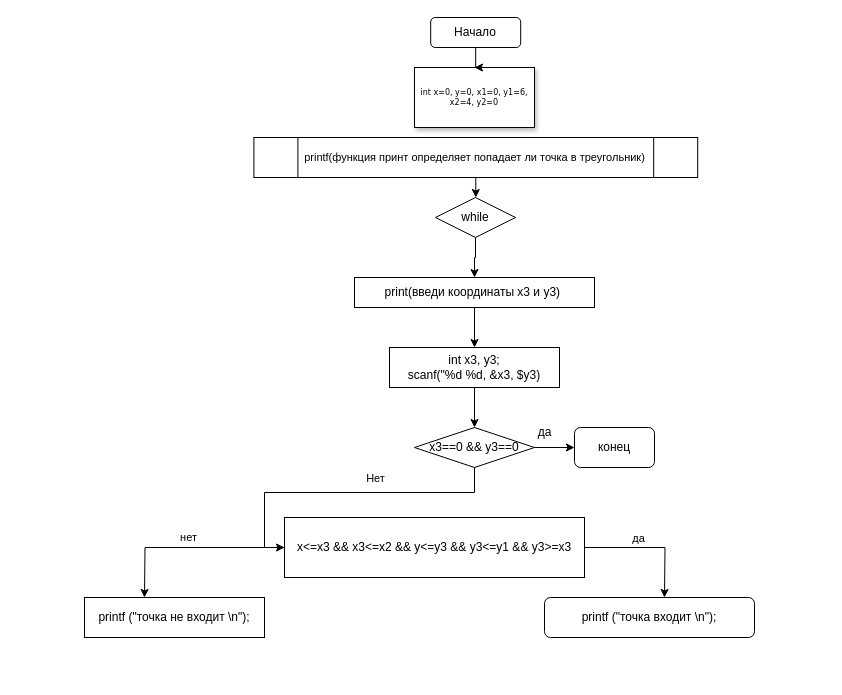
Before: Диаграмма без названия.drawio in Timosha101/as, a draw.io diagram. Source tidied: cells renumbered, new cells numbered last; positions are measured from the earlier drawing's top-left corner, leaving out a move shared by most shapes. Both pictures are drawn from the tidied source at 100%, with x=0, y=0 at pixel (84, 17).
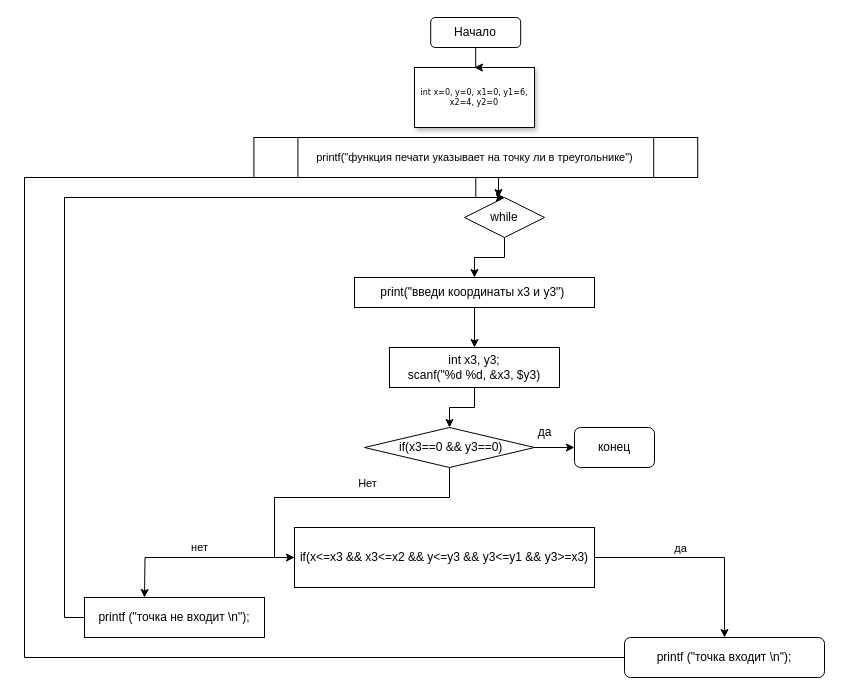
After the change.

Unchanged cells that the change refers to:
```xml
<mxCell id="24" value="printf (&quot;точка не входит \n&quot;);" style="rounded=0;whiteSpace=wrap;html=1;" parent="1" vertex="1">
  <mxGeometry y="580" width="180" height="40" as="geometry" />
</mxCell>
```

What changed in the source:
```diff
@@
-    <mxCell id="6" value="&lt;p&gt;&lt;font style=&quot;font-size: 11px;&quot;&gt;printf(функция принт определяет попадает ли точка в треугольник)&lt;/font&gt;&lt;/p&gt;" style="shape=process;whiteSpace=wrap;html=1;backgroundOutline=1;" parent="1" vertex="1">
+    <mxCell id="6" value="&lt;p&gt;&lt;font style=&quot;font-size: 11px;&quot;&gt;printf(&quot;функция печати указывает на точку ли в треугольнике&quot;)&lt;/font&gt;&lt;/p&gt;" style="shape=process;whiteSpace=wrap;html=1;backgroundOutline=1;" parent="1" vertex="1">
       <mxGeometry x="169.4" y="120" width="443.8" height="40" as="geometry" />
     </mxCell>
@@
-    <mxCell id="8" value="while" style="rhombus;whiteSpace=wrap;html=1;" parent="1" vertex="1">
-      <mxGeometry x="351" y="180" width="80" height="40" as="geometry" />
+    <mxCell id="8" value="while" style="rhombus;whiteSpace=wrap;html=1;direction=east;" parent="1" vertex="1">
+      <mxGeometry x="380" y="180" width="80" height="40" as="geometry" />
     </mxCell>
@@
-    <mxCell id="10" value="print(введи координаты х3 и у3)&amp;nbsp;" style="rounded=0;whiteSpace=wrap;html=1;" parent="1" vertex="1">
+    <mxCell id="10" value="print(&quot;введи координаты х3 и у3&quot;)&amp;nbsp;" style="rounded=0;whiteSpace=wrap;html=1;" parent="1" vertex="1">
       <mxGeometry x="270" y="260" width="240" height="30" as="geometry" />
     </mxCell>
@@
-    <mxCell id="16" value="x3==0 &amp;amp;&amp;amp; y3==0" style="rhombus;whiteSpace=wrap;html=1;rounded=0;" parent="1" vertex="1">
-      <mxGeometry x="330" y="410" width="120" height="40" as="geometry" />
+    <mxCell id="16" value="&amp;nbsp;if(x3==0 &amp;amp;&amp;amp; y3==0)" style="rhombus;whiteSpace=wrap;html=1;rounded=0;" parent="1" vertex="1">
+      <mxGeometry x="280" y="410" width="170" height="40" as="geometry" />
     </mxCell>
@@
-    <mxCell id="21" style="edgeStyle=orthogonalEdgeStyle;rounded=0;jettySize=auto;html=1;" parent="1" edge="1" source="23">
-      <mxGeometry relative="1" as="geometry">
-        <mxPoint x="580" y="580" as="targetPoint" />
-      </mxGeometry>
+    <mxCell id="21" style="edgeStyle=orthogonalEdgeStyle;rounded=0;jettySize=auto;html=1;" parent="1" edge="1" source="23" target="25">
+      <mxGeometry relative="1" as="geometry" />
     </mxCell>
@@
-    <mxCell id="23" value="x&amp;lt;=x3 &amp;amp;&amp;amp; x3&amp;lt;=x2 &amp;amp;&amp;amp; y&amp;lt;=y3 &amp;amp;&amp;amp; y3&amp;lt;=y1 &amp;amp;&amp;amp; y3&amp;gt;=x3" style="whiteSpace=wrap;html=1;rounded=0;" parent="1" vertex="1">
-      <mxGeometry x="200" y="500" width="300" height="60" as="geometry" />
+    <mxCell id="23" value="if(x&amp;lt;=x3 &amp;amp;&amp;amp; x3&amp;lt;=x2 &amp;amp;&amp;amp; y&amp;lt;=y3 &amp;amp;&amp;amp; y3&amp;lt;=y1 &amp;amp;&amp;amp; y3&amp;gt;=x3)" style="whiteSpace=wrap;html=1;rounded=0;" parent="1" vertex="1">
+      <mxGeometry x="210" y="510" width="300" height="60" as="geometry" />
     </mxCell>
+    <mxCell id="26" style="edgeStyle=orthogonalEdgeStyle;rounded=0;jettySize=auto;html=1;entryX=0.5;entryY=0;entryDx=0;entryDy=0;" parent="1" edge="1" source="24" target="8">
+      <mxGeometry relative="1" as="geometry">
+        <Array as="points">
+          <mxPoint x="-20" y="600" />
+          <mxPoint x="-20" y="180" />
+        </Array>
+      </mxGeometry>
+    </mxCell>
@@
+    <mxCell id="27" style="edgeStyle=orthogonalEdgeStyle;rounded=0;jettySize=auto;html=1;entryX=0.425;entryY=0;entryDx=0;entryDy=0;entryPerimeter=0;" parent="1" edge="1" source="25" target="8">
+      <mxGeometry relative="1" as="geometry">
+        <Array as="points">
+          <mxPoint x="-60" y="640" />
+          <mxPoint x="-60" y="160" />
+          <mxPoint x="414" y="160" />
+        </Array>
+      </mxGeometry>
+    </mxCell>
     <mxCell id="25" value="printf (&quot;точка входит \n&quot;);" style="rounded=1;whiteSpace=wrap;html=1;" parent="1" vertex="1">
-      <mxGeometry x="460" y="580" width="210" height="40" as="geometry" />
+      <mxGeometry x="540" y="620" width="200" height="40" as="geometry" />
     </mxCell>
```
